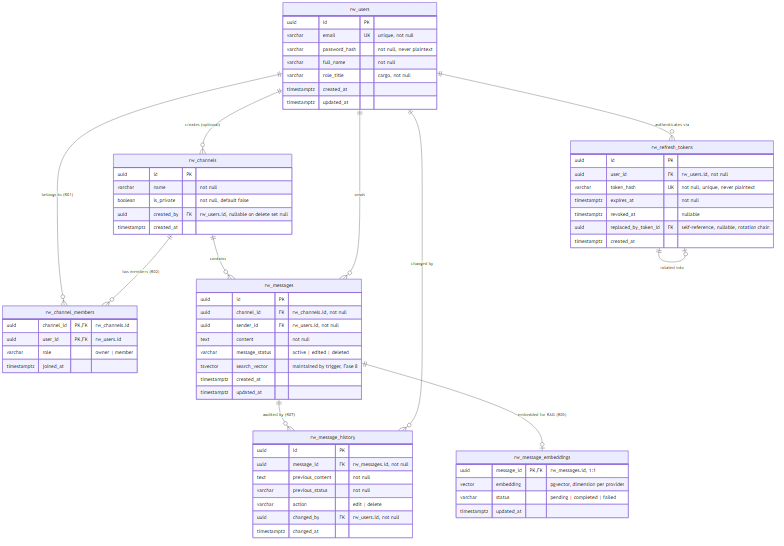
gabrielarinconn/Sentinelly-SecureAIWorkspace keeps this Mermaid diagram as docs/erd/erd.png. Above is the earlier version. Its source is kept beside it as docs/erd/erd.mmd.
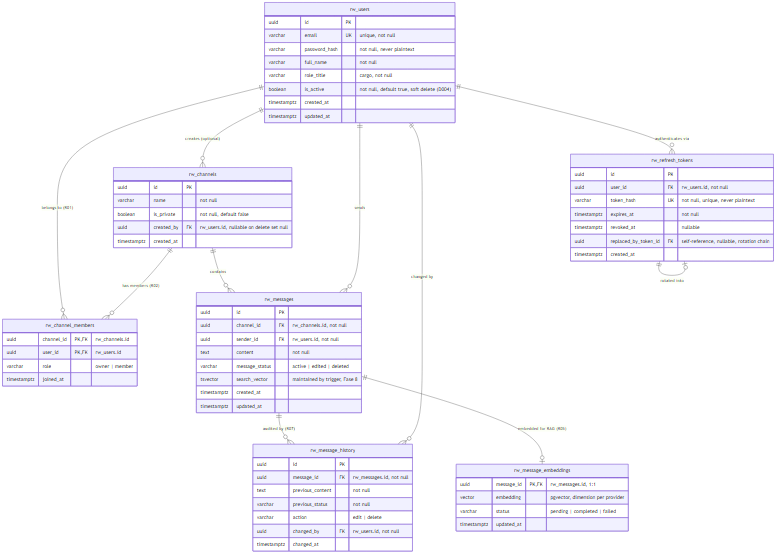
Later version of the same file.

What changed in the source:
```diff
@@ -5,6 +5,7 @@
         varchar password_hash "not null, never plaintext"
         varchar full_name "not null"
         varchar role_title "cargo, not null"
+        boolean is_active "not null, default true, soft delete (D004)"
         timestamptz created_at
         timestamptz updated_at
     }
```
